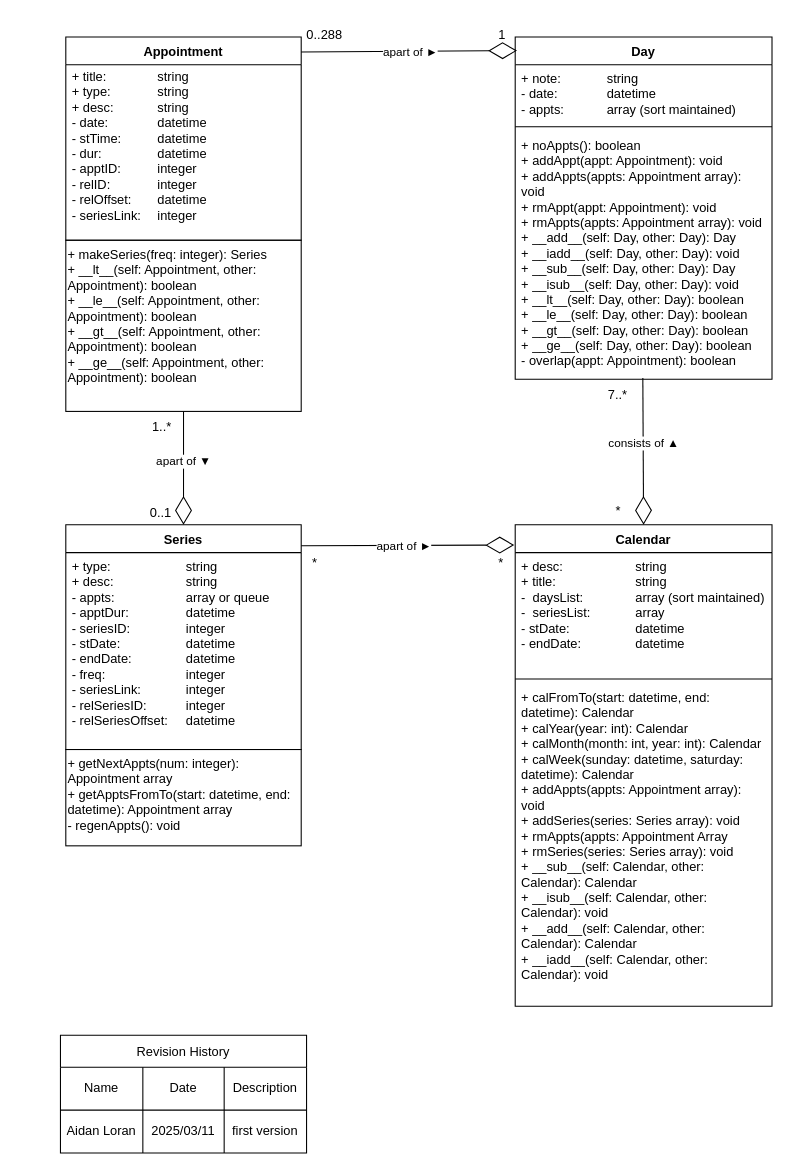
Above: Class_Diagram/Class_Diagram.drawio in QuinceSeasons/Relative-Time-Based-Calendar-Software (draw.io), before the change. Source tidied: cells renumbered, new cells numbered last; positions are measured from the earlier drawing's top-left corner, leaving out a move shared by most shapes. Both pictures are drawn from the tidied source at 107%, with x=0, y=0 at pixel (60, 18).
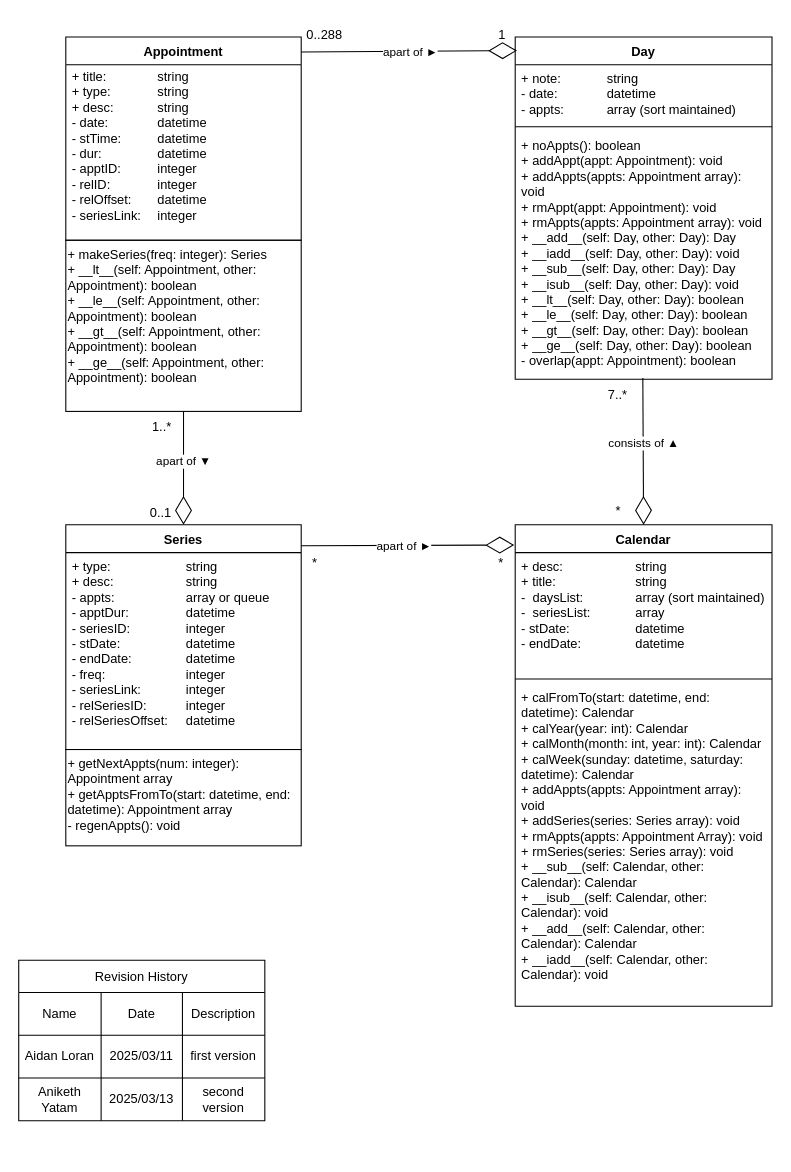
Above is the later version.

Unchanged cells that the change refers to:
```xml
<mxCell id="2" value="Calendar" style="swimlane;fontStyle=1;align=center;verticalAlign=top;horizontal=1;startSize=26;whiteSpace=wrap;html=1;" parent="1" vertex="1">
  <mxGeometry x="425" y="473" width="240" height="450" as="geometry" />
</mxCell>
```

Diff of the diagram source:
```diff
@@
-    <mxCell id="5" value="&lt;div&gt;&lt;div&gt;+ calFromTo(start: datetime, end: datetime): Calendar&lt;/div&gt;&lt;div&gt;+ calYear(year: int): Calendar&lt;/div&gt;&lt;div&gt;+ calMonth(month: int, year: int): Calendar&lt;/div&gt;&lt;div&gt;+ calWeek(sunday: datetime, saturday: datetime): Calendar&lt;/div&gt;&lt;div&gt;+ addAppts(appts: Appointment array): void&lt;/div&gt;&lt;/div&gt;&lt;div&gt;+ addSeries(series: Series array): void&lt;/div&gt;&lt;div&gt;+ rmAppts(appts: Appointment Array&lt;/div&gt;&lt;div&gt;+ rmSeries(series: Series array): void&lt;/div&gt;&lt;div&gt;+ __sub__(self: Calendar, other: Calendar): Calendar&lt;/div&gt;&lt;div&gt;+ __isub__&lt;span style=&quot;background-color: transparent; color: light-dark(rgb(0, 0, 0), rgb(255, 255, 255));&quot;&gt;(self: Calendar, other: Calendar): void&lt;/span&gt;&lt;/div&gt;&lt;div&gt;+ __add__&lt;span style=&quot;background-color: transparent; color: light-dark(rgb(0, 0, 0), rgb(255, 255, 255));&quot;&gt;(self: Calendar, other: Calendar): Calendar&lt;/span&gt;&lt;/div&gt;&lt;div&gt;+ __iadd__&lt;span style=&quot;background-color: transparent; color: light-dark(rgb(0, 0, 0), rgb(255, 255, 255));&quot;&gt;(self: Calendar, other: Calendar): void&lt;/span&gt;&lt;/div&gt;" style="text;strokeColor=none;fillColor=none;align=left;verticalAlign=top;spacingLeft=4;spacingRight=4;overflow=hidden;whiteSpace=wrap;html=1;" parent="2" vertex="1">
+    <mxCell id="5" value="&lt;div&gt;&lt;div&gt;+ calFromTo(start: datetime, end: datetime): Calendar&lt;/div&gt;&lt;div&gt;+ calYear(year: int): Calendar&lt;/div&gt;&lt;div&gt;+ calMonth(month: int, year: int): Calendar&lt;/div&gt;&lt;div&gt;+ calWeek(sunday: datetime, saturday: datetime): Calendar&lt;/div&gt;&lt;div&gt;+ addAppts(appts: Appointment array): void&lt;/div&gt;&lt;/div&gt;&lt;div&gt;+ addSeries(series: Series array): void&lt;/div&gt;&lt;div&gt;+ rmAppts(appts: Appointment Array): void&lt;/div&gt;&lt;div&gt;+ rmSeries(series: Series array): void&lt;/div&gt;&lt;div&gt;+ __sub__(self: Calendar, other: Calendar): Calendar&lt;/div&gt;&lt;div&gt;+ __isub__&lt;span style=&quot;background-color: transparent; color: light-dark(rgb(0, 0, 0), rgb(255, 255, 255));&quot;&gt;(self: Calendar, other: Calendar): void&lt;/span&gt;&lt;/div&gt;&lt;div&gt;+ __add__&lt;span style=&quot;background-color: transparent; color: light-dark(rgb(0, 0, 0), rgb(255, 255, 255));&quot;&gt;(self: Calendar, other: Calendar): Calendar&lt;/span&gt;&lt;/div&gt;&lt;div&gt;+ __iadd__&lt;span style=&quot;background-color: transparent; color: light-dark(rgb(0, 0, 0), rgb(255, 255, 255));&quot;&gt;(self: Calendar, other: Calendar): void&lt;/span&gt;&lt;/div&gt;" style="text;strokeColor=none;fillColor=none;align=left;verticalAlign=top;spacingLeft=4;spacingRight=4;overflow=hidden;whiteSpace=wrap;html=1;" parent="2" vertex="1">
       <mxGeometry y="148" width="240" height="302" as="geometry" />
     </mxCell>
@@
     <mxCell id="33" value="Revision History" style="shape=table;startSize=30;childLayout=tableLayout;" parent="1" vertex="1">
-      <mxGeometry y="950" width="230" height="110" as="geometry" />
+      <mxGeometry x="-39" y="880" width="230" height="150" as="geometry" />
     </mxCell>
@@
+    <mxCell id="42" style="shape=tableRow;horizontal=0;startSize=0;swimlaneHead=0;swimlaneBody=0;strokeColor=inherit;top=0;left=0;bottom=0;right=0;fillColor=none;" parent="33" vertex="1">
+      <mxGeometry y="70" width="230" height="40" as="geometry" />
+    </mxCell>
+    <mxCell id="43" value="Aidan Loran" style="shape=partialRectangle;html=1;whiteSpace=wrap;strokeColor=inherit;overflow=hidden;fillColor=none;top=0;left=0;bottom=0;right=0;" parent="42" vertex="1">
+      <mxGeometry width="77" height="40" as="geometry" />
+    </mxCell>
+    <mxCell id="44" value="2025/03/11" style="shape=partialRectangle;html=1;whiteSpace=wrap;strokeColor=inherit;overflow=hidden;fillColor=none;top=0;left=0;bottom=0;right=0;" parent="42" vertex="1">
+      <mxGeometry x="77" width="76" height="40" as="geometry" />
+    </mxCell>
+    <mxCell id="45" value="first version" style="shape=partialRectangle;html=1;whiteSpace=wrap;strokeColor=inherit;overflow=hidden;fillColor=none;top=0;left=0;bottom=0;right=0;" parent="42" vertex="1">
+      <mxGeometry x="153" width="77" height="40" as="geometry" />
+    </mxCell>
     <mxCell id="38" style="shape=tableRow;horizontal=0;startSize=0;swimlaneHead=0;swimlaneBody=0;strokeColor=inherit;top=0;left=0;bottom=0;right=0;fillColor=none;" parent="33" vertex="1">
-      <mxGeometry y="70" width="230" height="40" as="geometry" />
+      <mxGeometry y="110" width="230" height="40" as="geometry" />
     </mxCell>
-    <mxCell id="39" value="Aidan Loran" style="shape=partialRectangle;html=1;whiteSpace=wrap;strokeColor=inherit;overflow=hidden;fillColor=none;top=0;left=0;bottom=0;right=0;" parent="38" vertex="1">
+    <mxCell id="39" value="Aniketh Yatam" style="shape=partialRectangle;html=1;whiteSpace=wrap;strokeColor=inherit;overflow=hidden;fillColor=none;top=0;left=0;bottom=0;right=0;" parent="38" vertex="1">
       <mxGeometry width="77" height="40" as="geometry" />
     </mxCell>
-    <mxCell id="40" value="2025/03/11" style="shape=partialRectangle;html=1;whiteSpace=wrap;strokeColor=inherit;overflow=hidden;fillColor=none;top=0;left=0;bottom=0;right=0;" parent="38" vertex="1">
+    <mxCell id="40" value="2025/03/13" style="shape=partialRectangle;html=1;whiteSpace=wrap;strokeColor=inherit;overflow=hidden;fillColor=none;top=0;left=0;bottom=0;right=0;" parent="38" vertex="1">
       <mxGeometry x="77" width="76" height="40" as="geometry" />
     </mxCell>
-    <mxCell id="41" value="first version" style="shape=partialRectangle;html=1;whiteSpace=wrap;strokeColor=inherit;overflow=hidden;fillColor=none;top=0;left=0;bottom=0;right=0;" parent="38" vertex="1">
+    <mxCell id="41" value="second version" style="shape=partialRectangle;html=1;whiteSpace=wrap;strokeColor=inherit;overflow=hidden;fillColor=none;top=0;left=0;bottom=0;right=0;" parent="38" vertex="1">
       <mxGeometry x="153" width="77" height="40" as="geometry" />
     </mxCell>
```
